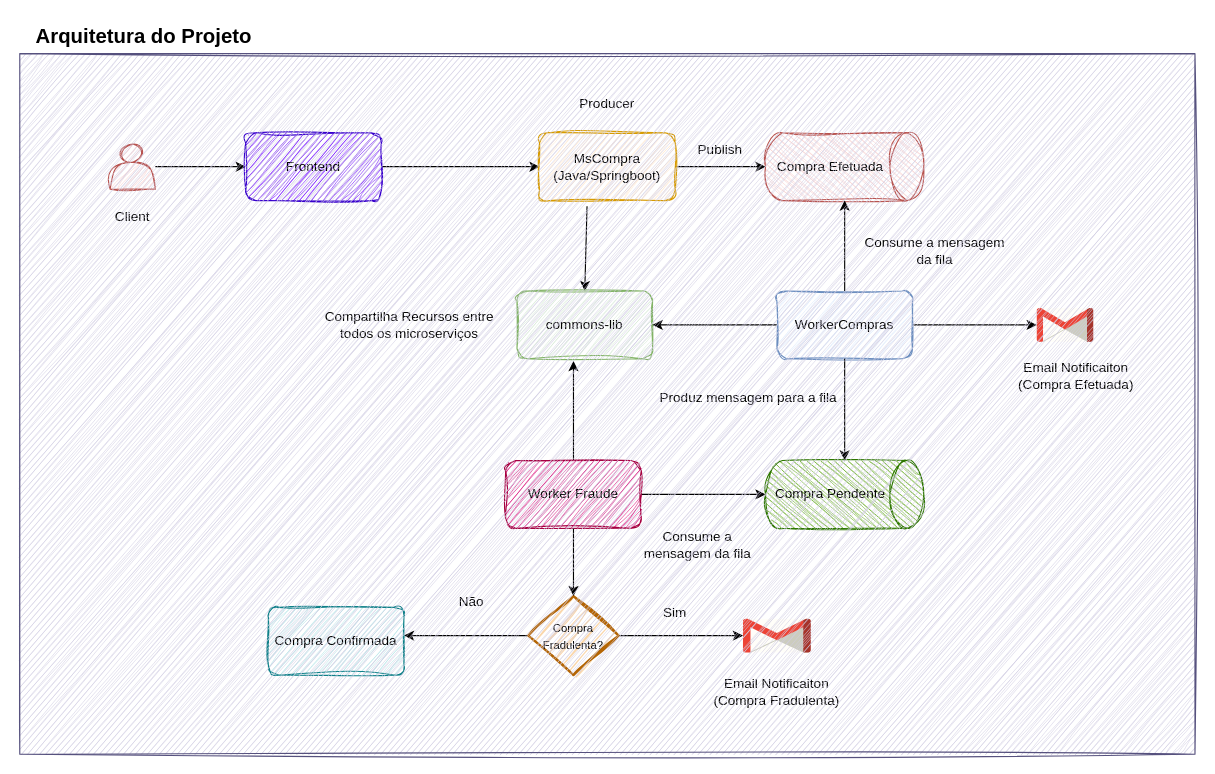
The draw.io diagram diagram.drawio in Luke0195/microservices-application, before the edit. Source tidied: cells renumbered, new cells numbered last; positions are measured from the earlier drawing's top-left corner, leaving out a move shared by most shapes. Both pictures are drawn from the tidied source at 113%, with x=0, y=0 at pixel (19, 19).
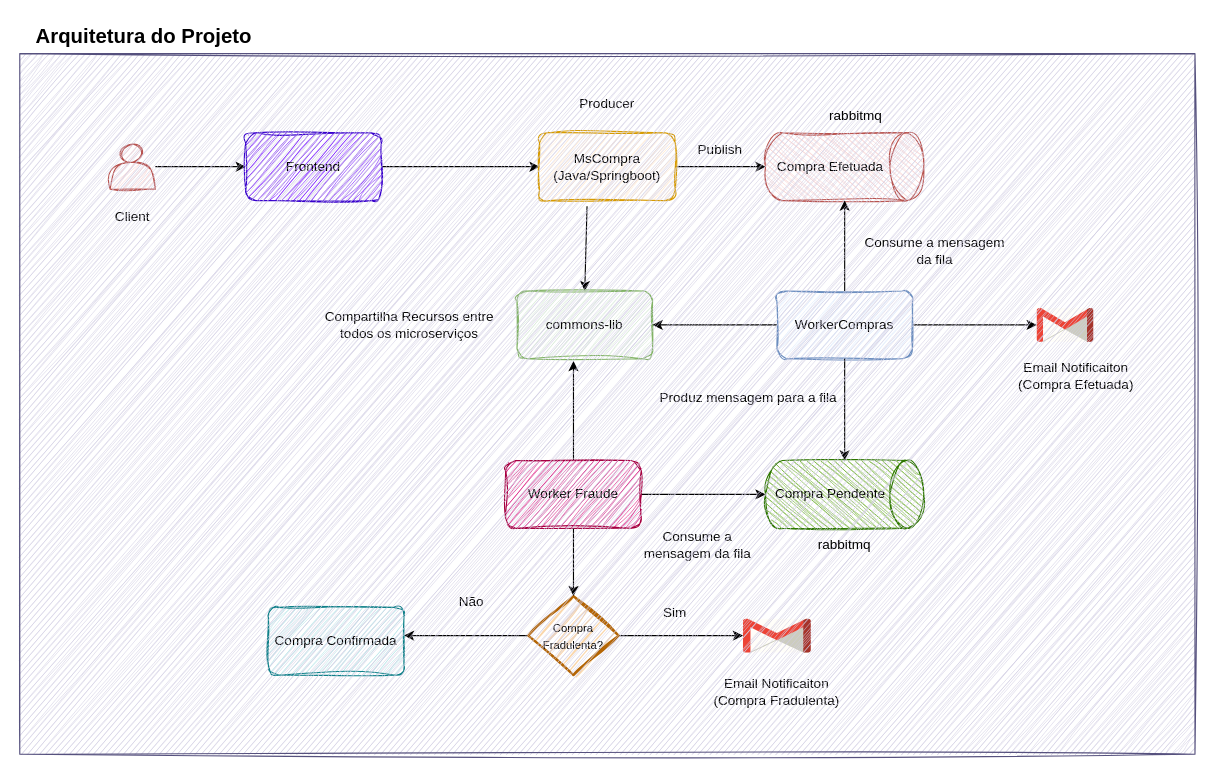
After the change.

The edit, as a diff of the source:
```diff
@@
+    <mxCell id="40" value="rabbitmq" style="text;html=1;align=center;verticalAlign=middle;whiteSpace=wrap;rounded=0;" parent="1" vertex="1">
+      <mxGeometry x="710" y="70" width="60" height="30" as="geometry" />
+    </mxCell>
+    <mxCell id="41" value="rabbitmq" style="text;html=1;align=center;verticalAlign=middle;whiteSpace=wrap;rounded=0;" parent="1" vertex="1">
+      <mxGeometry x="700" y="450" width="60" height="30" as="geometry" />
+    </mxCell>
```
